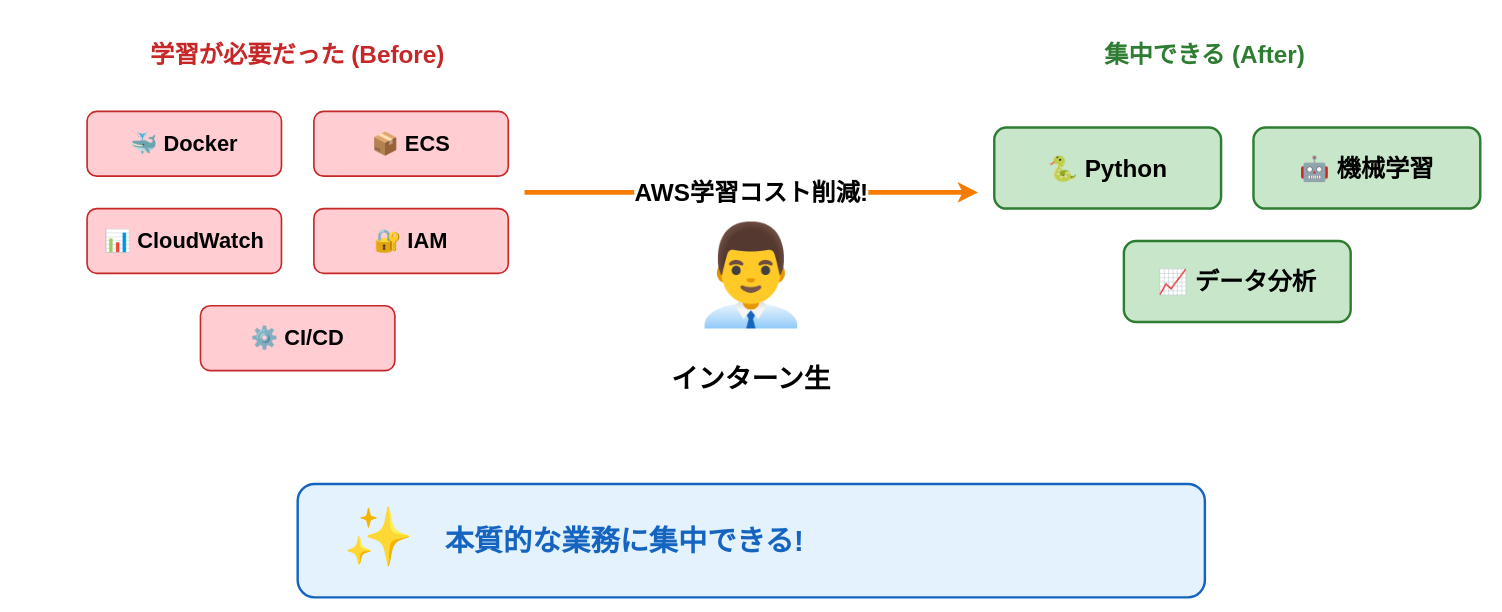
This is assets/2025-11-07-tamesare-data-sapporo/intern-productivity.drawio from i9wa4/i9wa4.github.io, a draw.io file, before an edit. Source tidied: cells renumbered, new cells numbered last; positions are measured from the earlier drawing's top-left corner, leaving out a move shared by most shapes. Both pictures are drawn from the tidied source at 81%, with x=0, y=0 at pixel (54, 30).
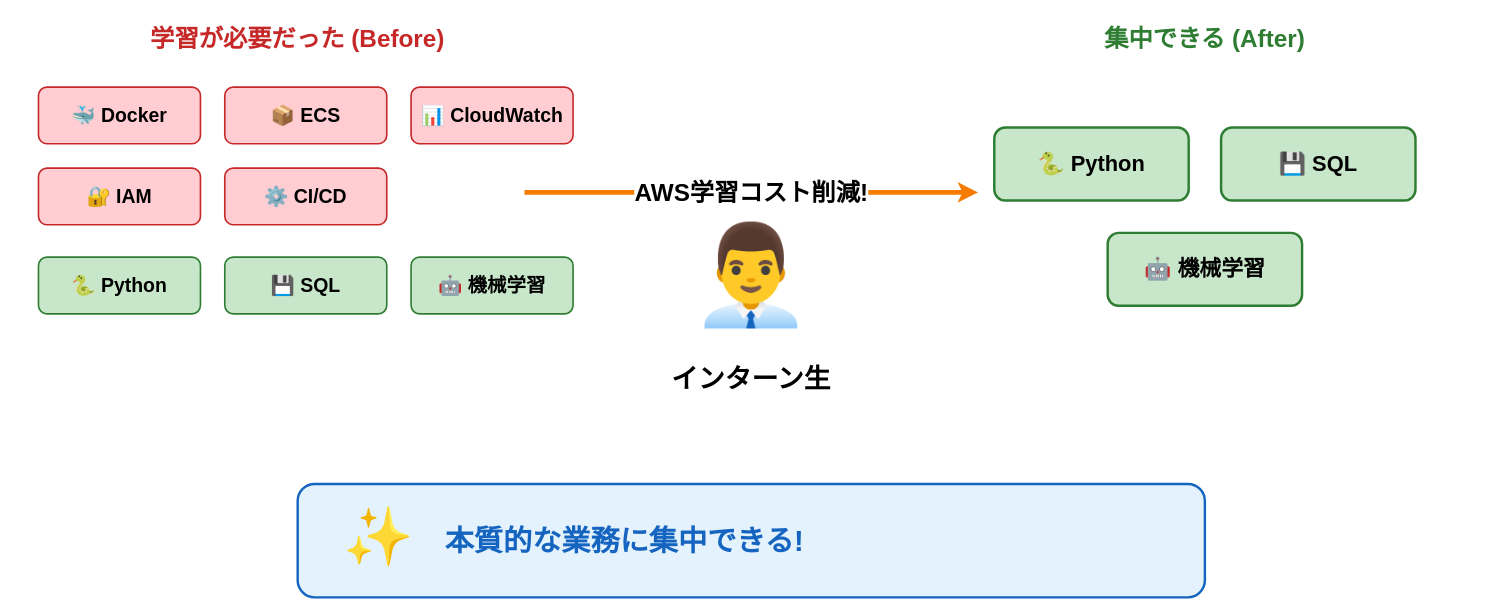
Above is the later version.

The edit, as a diff of the source:
```diff
@@
     <mxCell id="4" value="学習が必要だった (Before)" style="text;html=1;strokeColor=none;fillColor=none;align=center;verticalAlign=middle;whiteSpace=wrap;rounded=0;fontSize=30;fontStyle=1;fontColor=#c62828;" parent="1" vertex="1">
-      <mxGeometry width="600" height="60" as="geometry" />
+      <mxGeometry x="-50" y="-20" width="700" height="60" as="geometry" />
     </mxCell>
-    <mxCell id="5" value="🐳 Docker" style="rounded=1;whiteSpace=wrap;html=1;fillColor=#ffcdd2;strokeColor=#c62828;fontSize=27;fontStyle=1;strokeWidth=2;" parent="1" vertex="1">
-      <mxGeometry x="40" y="100" width="240" height="80" as="geometry" />
+    <mxCell id="5" value="🐳 Docker" style="rounded=1;whiteSpace=wrap;html=1;fillColor=#ffcdd2;strokeColor=#c62828;fontSize=24;fontStyle=1;strokeWidth=2;" parent="1" vertex="1">
+      <mxGeometry x="-20" y="70" width="200" height="70" as="geometry" />
     </mxCell>
-    <mxCell id="6" value="📦 ECS" style="rounded=1;whiteSpace=wrap;html=1;fillColor=#ffcdd2;strokeColor=#c62828;fontSize=27;fontStyle=1;strokeWidth=2;" parent="1" vertex="1">
-      <mxGeometry x="320" y="100" width="240" height="80" as="geometry" />
+    <mxCell id="6" value="📦 ECS" style="rounded=1;whiteSpace=wrap;html=1;fillColor=#ffcdd2;strokeColor=#c62828;fontSize=24;fontStyle=1;strokeWidth=2;" parent="1" vertex="1">
+      <mxGeometry x="210" y="70" width="200" height="70" as="geometry" />
     </mxCell>
-    <mxCell id="7" value="📊 CloudWatch" style="rounded=1;whiteSpace=wrap;html=1;fillColor=#ffcdd2;strokeColor=#c62828;fontSize=27;fontStyle=1;strokeWidth=2;" parent="1" vertex="1">
-      <mxGeometry x="40" y="220" width="240" height="80" as="geometry" />
+    <mxCell id="7" value="📊 CloudWatch" style="rounded=1;whiteSpace=wrap;html=1;fillColor=#ffcdd2;strokeColor=#c62828;fontSize=24;fontStyle=1;strokeWidth=2;" parent="1" vertex="1">
+      <mxGeometry x="440" y="70" width="200" height="70" as="geometry" />
     </mxCell>
-    <mxCell id="8" value="🔐 IAM" style="rounded=1;whiteSpace=wrap;html=1;fillColor=#ffcdd2;strokeColor=#c62828;fontSize=27;fontStyle=1;strokeWidth=2;" parent="1" vertex="1">
-      <mxGeometry x="320" y="220" width="240" height="80" as="geometry" />
+    <mxCell id="8" value="🔐 IAM" style="rounded=1;whiteSpace=wrap;html=1;fillColor=#ffcdd2;strokeColor=#c62828;fontSize=24;fontStyle=1;strokeWidth=2;" parent="1" vertex="1">
+      <mxGeometry x="-20" y="170" width="200" height="70" as="geometry" />
     </mxCell>
-    <mxCell id="9" value="⚙️ CI/CD" style="rounded=1;whiteSpace=wrap;html=1;fillColor=#ffcdd2;strokeColor=#c62828;fontSize=27;fontStyle=1;strokeWidth=2;" parent="1" vertex="1">
-      <mxGeometry x="180" y="340" width="240" height="80" as="geometry" />
+    <mxCell id="9" value="⚙️ CI/CD" style="rounded=1;whiteSpace=wrap;html=1;fillColor=#ffcdd2;strokeColor=#c62828;fontSize=24;fontStyle=1;strokeWidth=2;" parent="1" vertex="1">
+      <mxGeometry x="210" y="170" width="200" height="70" as="geometry" />
     </mxCell>
+    <mxCell id="18" value="🐍 Python" style="rounded=1;whiteSpace=wrap;html=1;fillColor=#c8e6c9;strokeColor=#2e7d32;fontSize=24;fontStyle=1;strokeWidth=2;" parent="1" vertex="1">
+      <mxGeometry x="-20" y="280" width="200" height="70" as="geometry" />
+    </mxCell>
+    <mxCell id="19" value="💾 SQL" style="rounded=1;whiteSpace=wrap;html=1;fillColor=#c8e6c9;strokeColor=#2e7d32;fontSize=24;fontStyle=1;strokeWidth=2;" parent="1" vertex="1">
+      <mxGeometry x="210" y="280" width="200" height="70" as="geometry" />
+    </mxCell>
+    <mxCell id="20" value="🤖 機械学習" style="rounded=1;whiteSpace=wrap;html=1;fillColor=#c8e6c9;strokeColor=#2e7d32;fontSize=24;fontStyle=1;strokeWidth=2;" parent="1" vertex="1">
+      <mxGeometry x="440" y="280" width="200" height="70" as="geometry" />
+    </mxCell>
@@
     <mxCell id="11" value="集中できる (After)" style="text;html=1;strokeColor=none;fillColor=none;align=center;verticalAlign=middle;whiteSpace=wrap;rounded=0;fontSize=30;fontStyle=1;fontColor=#2e7d32;" parent="1" vertex="1">
-      <mxGeometry x="1120" width="600" height="60" as="geometry" />
+      <mxGeometry x="1070" y="-20" width="700" height="60" as="geometry" />
     </mxCell>
-    <mxCell id="12" value="🐍 Python" style="rounded=1;whiteSpace=wrap;html=1;fillColor=#c8e6c9;strokeColor=#2e7d32;fontSize=30;fontStyle=1;strokeWidth=3;" parent="1" vertex="1">
-      <mxGeometry x="1160" y="120" width="280" height="100" as="geometry" />
+    <mxCell id="12" value="🐍 Python" style="rounded=1;whiteSpace=wrap;html=1;fillColor=#c8e6c9;strokeColor=#2e7d32;fontSize=27;fontStyle=1;strokeWidth=3;" parent="1" vertex="1">
+      <mxGeometry x="1160" y="120" width="240" height="90" as="geometry" />
     </mxCell>
-    <mxCell id="13" value="🤖 機械学習" style="rounded=1;whiteSpace=wrap;html=1;fillColor=#c8e6c9;strokeColor=#2e7d32;fontSize=30;fontStyle=1;strokeWidth=3;" parent="1" vertex="1">
-      <mxGeometry x="1480" y="120" width="280" height="100" as="geometry" />
+    <mxCell id="13" value="💾 SQL" style="rounded=1;whiteSpace=wrap;html=1;fillColor=#c8e6c9;strokeColor=#2e7d32;fontSize=27;fontStyle=1;strokeWidth=3;" parent="1" vertex="1">
+      <mxGeometry x="1440" y="120" width="240" height="90" as="geometry" />
     </mxCell>
-    <mxCell id="14" value="📈 データ分析" style="rounded=1;whiteSpace=wrap;html=1;fillColor=#c8e6c9;strokeColor=#2e7d32;fontSize=30;fontStyle=1;strokeWidth=3;" parent="1" vertex="1">
-      <mxGeometry x="1320" y="260" width="280" height="100" as="geometry" />
+    <mxCell id="14" value="🤖 機械学習" style="rounded=1;whiteSpace=wrap;html=1;fillColor=#c8e6c9;strokeColor=#2e7d32;fontSize=27;fontStyle=1;strokeWidth=3;" parent="1" vertex="1">
+      <mxGeometry x="1300" y="250" width="240" height="90" as="geometry" />
     </mxCell>
```
